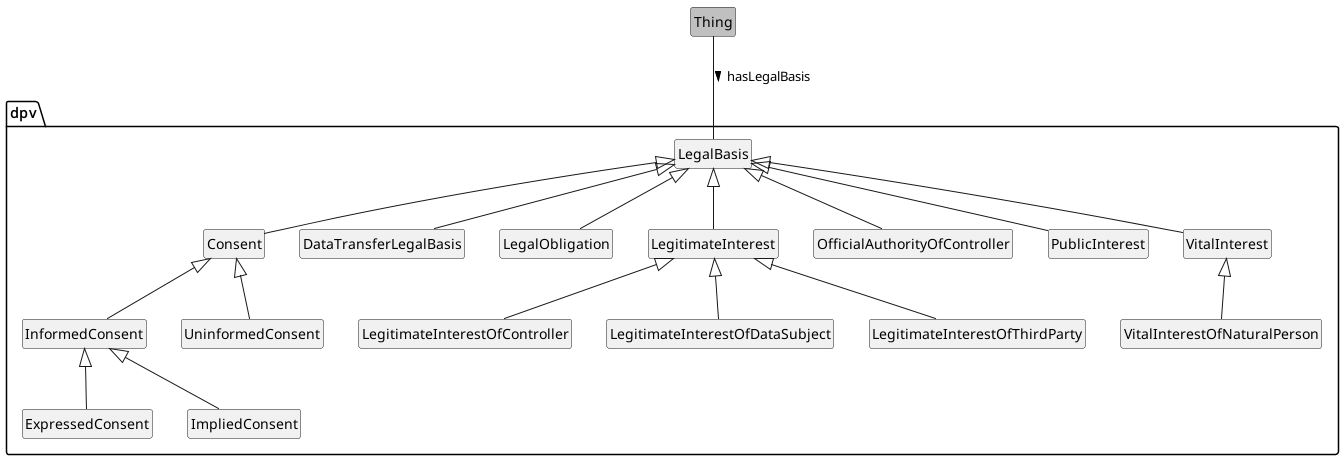
This is media/legal_bases.png from jeswr/dpv, a PlantUML export, as it was before one commit.
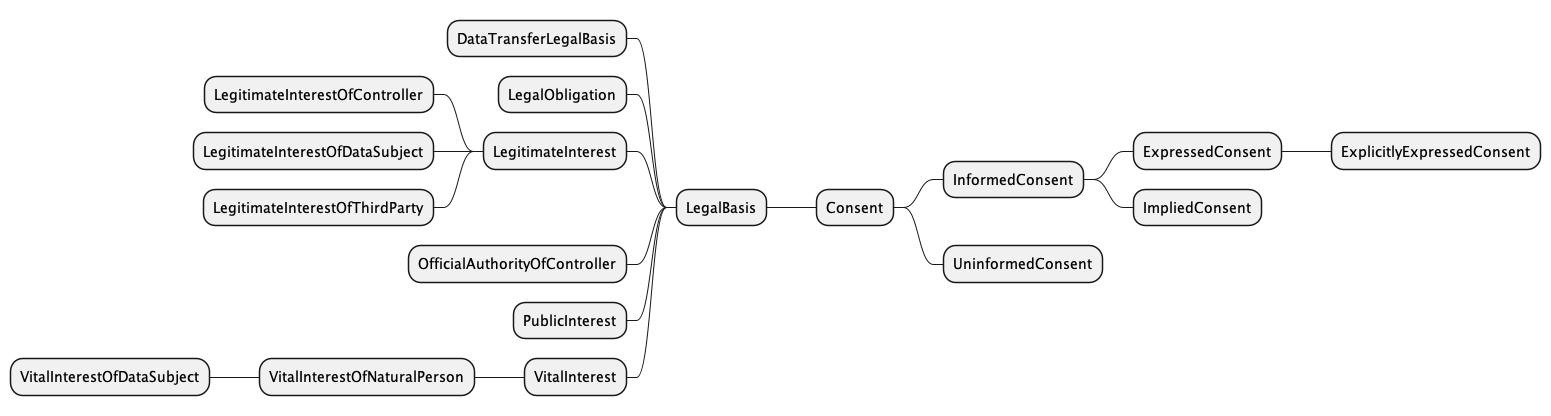
Later version of the same file.

Change to the diagram source:
```diff
@@ -1,43 +1,23 @@
-@startuml
+@startmindmap
 !include style.plantuml
 
-class Thing #silver
-package dpv {
-	class LegalBasis
-	class Consent
-	class DataTransferLegalBasis
-	class LegalObligation
-	class LegitimateInterest
-	class LegitimateInterestOfController
-	class LegitimateInterestOfDataSubject
-	class LegitimateInterestOfThirdParty
-	class OfficialAuthorityOfController
-	class PublicInterest
-	class VitalInterest
-	class VitalInterestOfNaturalPerson
-	class InformedConsent
-	class ExpressedConsent
-	class ImpliedConsent
-	class UninformedConsent
-}
++ LegalBasis
+++ Consent
++++ InformedConsent
+++++ ExpressedConsent
++++++ ExplicitlyExpressedConsent
+++++ ImpliedConsent
++++ UninformedConsent
+-- DataTransferLegalBasis
+-- LegalObligation
+-- LegitimateInterest
+--- LegitimateInterestOfController
+--- LegitimateInterestOfDataSubject
+--- LegitimateInterestOfThirdParty
+-- OfficialAuthorityOfController
+-- PublicInterest
+-- VitalInterest
+--- VitalInterestOfNaturalPerson
+---- VitalInterestOfDataSubject
 
-Thing -- LegalBasis: hasLegalBasis >
-
-LegalBasis <|-- Consent
-LegalBasis <|-- DataTransferLegalBasis
-LegalBasis <|-- LegalObligation
-LegalBasis <|-- LegitimateInterest
-LegitimateInterest <|-- LegitimateInterestOfController
-LegitimateInterest <|-- LegitimateInterestOfDataSubject
-LegitimateInterest <|-- LegitimateInterestOfThirdParty
-LegalBasis <|-- OfficialAuthorityOfController
-LegalBasis <|-- PublicInterest
-LegalBasis <|-- VitalInterest
-VitalInterest <|-- VitalInterestOfNaturalPerson
-Consent <|-- InformedConsent
-InformedConsent <|-- ExpressedConsent
-InformedConsent <|-- ImpliedConsent
-Consent <|-- UninformedConsent
-
-
-@enduml
+@endmindmap
```
